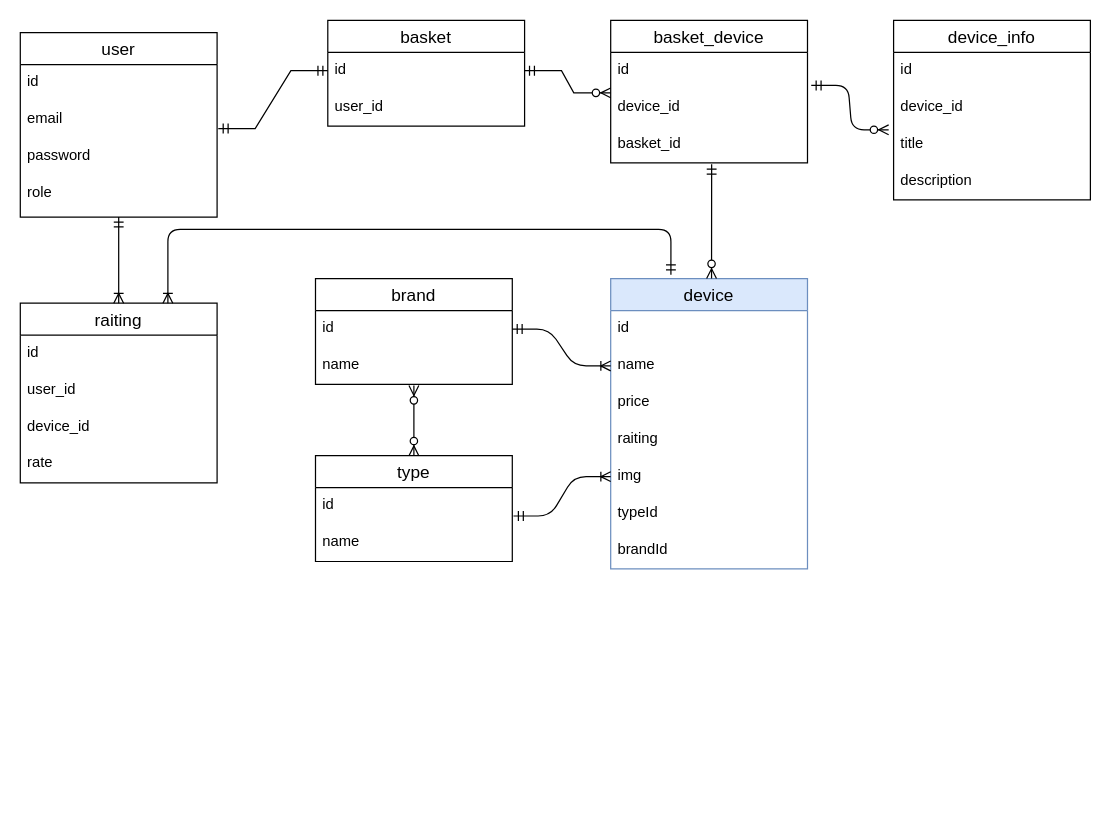
Above: db_online_etc_store.drawio in username91355/online-electronics-store (draw.io), before the change. Source tidied: cells renumbered, new cells numbered last; positions are measured from the earlier drawing's top-left corner, leaving out a move shared by most shapes. Both pictures are drawn from the tidied source at 123%, with x=0, y=0 at pixel (20, 20).
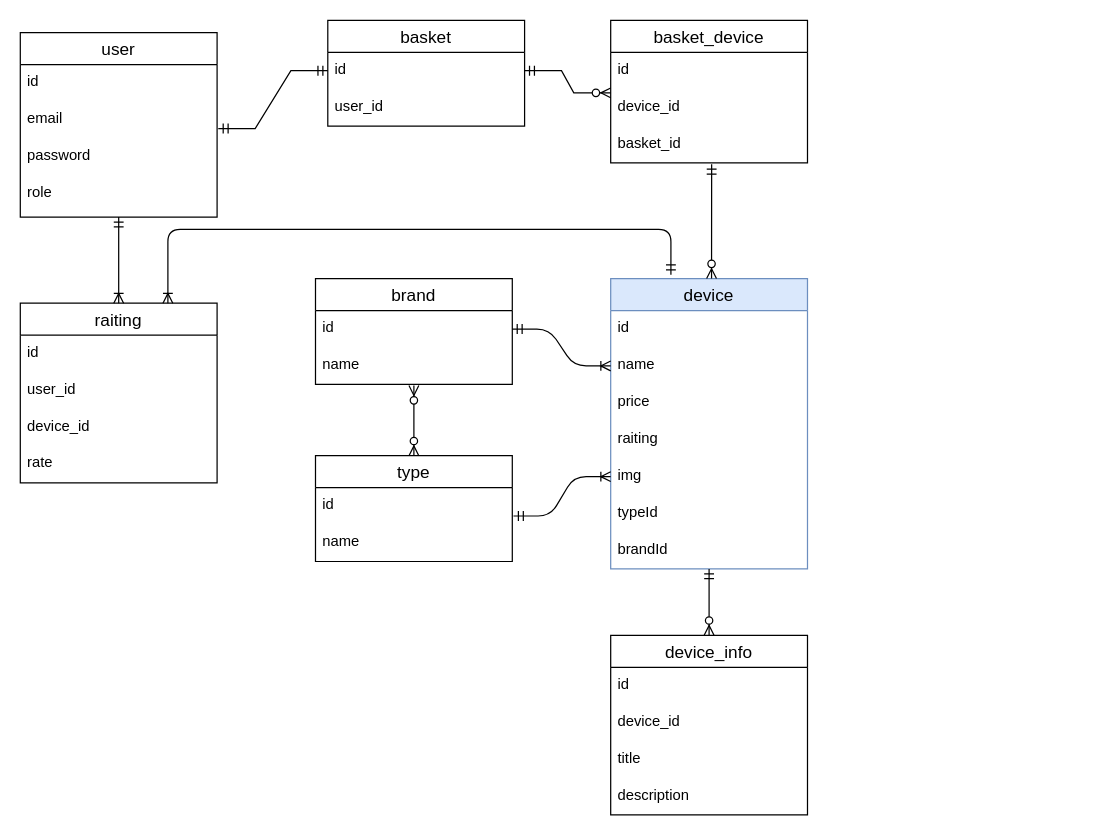
The same page after the edit.

Commit message (it also covers changes not shown here):
dev - Закончил рабочий прототип для бэкэнда.

Unchanged cells that the change refers to:
```xml
<mxCell id="13" value="device_id" style="text;strokeColor=none;fillColor=none;spacingLeft=4;spacingRight=4;overflow=hidden;points=[[0,0.5],[1,0.5]];portConstraint=eastwest;fontSize=12;" parent="11" vertex="1">
  <mxGeometry y="56" width="160" height="30" as="geometry" />
</mxCell>
<mxCell id="23" value="brandId" style="text;strokeColor=none;fillColor=none;spacingLeft=4;spacingRight=4;overflow=hidden;points=[[0,0.5],[1,0.5]];portConstraint=eastwest;fontSize=12;" parent="16" vertex="1">
  <mxGeometry y="206" width="160" height="30" as="geometry" />
</mxCell>
<mxCell id="37" value="title" style="text;strokeColor=none;fillColor=none;spacingLeft=4;spacingRight=4;overflow=hidden;points=[[0,0.5],[1,0.5]];portConstraint=eastwest;fontSize=12;" parent="34" vertex="1">
  <mxGeometry y="86" width="160" height="30" as="geometry" />
</mxCell>
```

Diff of the diagram source:
```diff
@@
     <mxCell id="34" value="device_info" style="swimlane;fontStyle=0;horizontal=1;startSize=26;align=center;fontSize=14;" parent="1" vertex="1">
-      <mxGeometry x="710" width="160" height="146" as="geometry" />
+      <mxGeometry x="480" y="500" width="160" height="146" as="geometry" />
     </mxCell>
@@
-    <mxCell id="39" style="edgeStyle=entityRelationEdgeStyle;fontSize=12;html=1;endArrow=ERzeroToMany;startArrow=ERmandOne;rounded=1;exitX=1.019;exitY=-0.1;exitDx=0;exitDy=0;exitPerimeter=0;entryX=-0.025;entryY=0.1;entryDx=0;entryDy=0;entryPerimeter=0;" parent="1" edge="1" source="13" target="37">
+    <mxCell id="39" style="fontSize=12;html=1;endArrow=ERzeroToMany;startArrow=ERmandOne;rounded=1;entryX=0.5;entryY=0;entryDx=0;entryDy=0;exitX=0.5;exitY=1;exitDx=0;exitDy=0;exitPerimeter=0;" parent="1" edge="1" source="23" target="34">
       <mxGeometry relative="1" as="geometry" />
     </mxCell>
```
